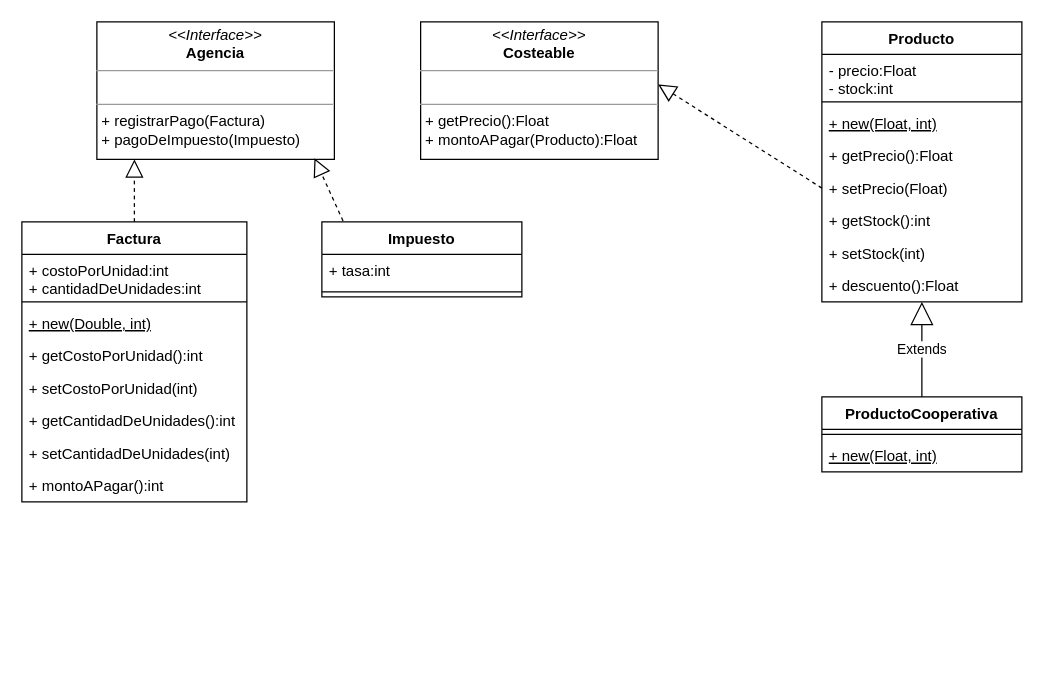
This is unq-po2-tp5-mercadoCentral.drawio from nhubczyk/Diagramas-UML, a draw.io file, before an edit. Source tidied: cells renumbered, new cells numbered last; positions are measured from the earlier drawing's top-left corner, leaving out a move shared by most shapes. Both pictures are drawn from the tidied source at 125%, with x=0, y=0 at pixel (21, 21).
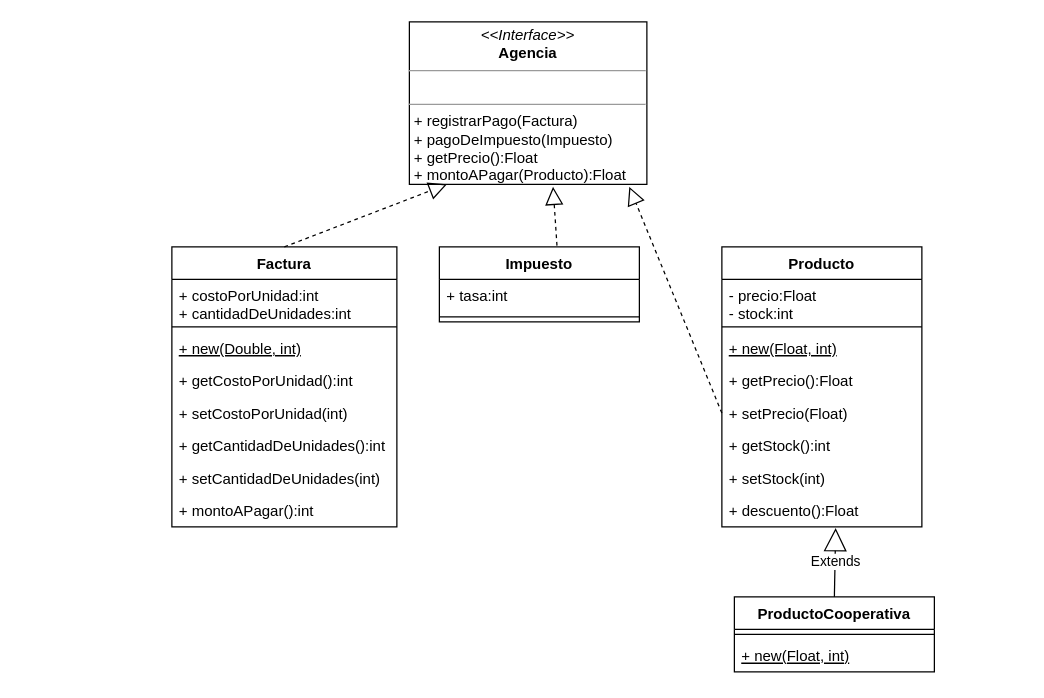
After the change.

Unchanged cells that the change refers to:
```xml
<mxCell id="8" value="+ setPrecio(Float)" style="text;strokeColor=none;fillColor=none;align=left;verticalAlign=top;spacingLeft=4;spacingRight=4;overflow=hidden;points=[[0,0.5],[1,0.5]];portConstraint=eastwest;fontStyle=0;" parent="3" vertex="1">
  <mxGeometry y="120" width="160" height="26" as="geometry" />
</mxCell>
<mxCell id="11" value="+ descuento():Float" style="text;strokeColor=none;fillColor=none;align=left;verticalAlign=top;spacingLeft=4;spacingRight=4;overflow=hidden;points=[[0,0.5],[1,0.5]];portConstraint=eastwest;fontStyle=0;" parent="3" vertex="1">
  <mxGeometry y="198" width="160" height="26" as="geometry" />
</mxCell>
```

Diff of the diagram source:
```diff
@@
-    <mxCell id="2" value="&lt;p style=&quot;margin:0px;margin-top:4px;text-align:center;&quot;&gt;&lt;i&gt;&amp;lt;&amp;lt;Interface&amp;gt;&amp;gt;&lt;/i&gt;&lt;br&gt;&lt;b&gt;Costeable&lt;/b&gt;&lt;/p&gt;&lt;hr size=&quot;1&quot;&gt;&lt;p style=&quot;margin:0px;margin-left:4px;&quot;&gt;&lt;br&gt;&lt;/p&gt;&lt;hr size=&quot;1&quot;&gt;&lt;p style=&quot;margin:0px;margin-left:4px;&quot;&gt;+ getPrecio():Float&lt;/p&gt;&lt;p style=&quot;margin:0px;margin-left:4px;&quot;&gt;+ montoAPagar(Producto):Float&lt;/p&gt;&lt;p style=&quot;margin:0px;margin-left:4px;&quot;&gt;&lt;br&gt;&lt;/p&gt;&lt;p style=&quot;margin:0px;margin-left:4px;&quot;&gt;&lt;br&gt;&lt;/p&gt;&lt;p style=&quot;margin:0px;margin-left:4px;&quot;&gt;&lt;br&gt;&lt;/p&gt;" style="verticalAlign=top;align=left;overflow=fill;fontSize=12;fontFamily=Helvetica;html=1;" parent="1" vertex="1">
-      <mxGeometry x="319" width="190" height="110" as="geometry" />
-    </mxCell>
     <mxCell id="3" value="Producto" style="swimlane;fontStyle=1;align=center;verticalAlign=top;horizontal=1;startSize=26;" parent="1" vertex="1">
-      <mxGeometry x="640" width="160" height="224" as="geometry" />
+      <mxGeometry x="560" y="180" width="160" height="224" as="geometry" />
     </mxCell>
@@
     <mxCell id="12" value="ProductoCooperativa" style="swimlane;fontStyle=1;align=center;verticalAlign=top;horizontal=1;startSize=26;" parent="1" vertex="1">
-      <mxGeometry x="640" y="300" width="160" height="60" as="geometry" />
+      <mxGeometry x="570" y="460" width="160" height="60" as="geometry" />
     </mxCell>
@@
-    <mxCell id="15" value="Extends" style="endArrow=block;endSize=16;endFill=0;html=1;rounded=0;exitX=0.5;exitY=0;exitDx=0;exitDy=0;exitPerimeter=0;" parent="1" edge="1" source="12">
-      <mxGeometry relative="1" as="geometry">
-        <mxPoint x="720" y="224" as="targetPoint" />
-      </mxGeometry>
+    <mxCell id="15" value="Extends" style="endArrow=block;endSize=16;endFill=0;html=1;rounded=0;exitX=0.5;exitY=0;exitDx=0;exitDy=0;exitPerimeter=0;entryX=0.569;entryY=1.038;entryDx=0;entryDy=0;entryPerimeter=0;" parent="1" edge="1" source="12" target="11">
+      <mxGeometry relative="1" as="geometry" />
     </mxCell>
-    <mxCell id="16" style="endArrow=block;dashed=1;endFill=0;endSize=12;html=1;rounded=0;exitX=0;exitY=0.5;exitDx=0;exitDy=0;" parent="1" edge="1" source="8">
-      <mxGeometry relative="1" as="geometry">
-        <mxPoint x="509" y="50" as="targetPoint" />
-      </mxGeometry>
+    <mxCell id="16" style="endArrow=block;dashed=1;endFill=0;endSize=12;html=1;rounded=0;exitX=0;exitY=0.5;exitDx=0;exitDy=0;entryX=0.926;entryY=1.015;entryDx=0;entryDy=0;entryPerimeter=0;" parent="1" edge="1" source="8" target="17">
+      <mxGeometry relative="1" as="geometry" />
     </mxCell>
-    <mxCell id="17" value="&lt;p style=&quot;margin:0px;margin-top:4px;text-align:center;&quot;&gt;&lt;i&gt;&amp;lt;&amp;lt;Interface&amp;gt;&amp;gt;&lt;/i&gt;&lt;br&gt;&lt;b&gt;Agencia&lt;/b&gt;&lt;/p&gt;&lt;hr size=&quot;1&quot;&gt;&lt;p style=&quot;margin:0px;margin-left:4px;&quot;&gt;&lt;br&gt;&lt;/p&gt;&lt;hr size=&quot;1&quot;&gt;&lt;p style=&quot;margin:0px;margin-left:4px;&quot;&gt;+ registrarPago(Factura)&lt;/p&gt;&lt;p style=&quot;margin:0px;margin-left:4px;&quot;&gt;+ pagoDeImpuesto(Impuesto)&lt;br&gt;&lt;br&gt;&lt;/p&gt;" style="verticalAlign=top;align=left;overflow=fill;fontSize=12;fontFamily=Helvetica;html=1;" parent="1" vertex="1">
-      <mxGeometry x="60" width="190" height="110" as="geometry" />
+    <mxCell id="17" value="&lt;p style=&quot;margin:0px;margin-top:4px;text-align:center;&quot;&gt;&lt;i&gt;&amp;lt;&amp;lt;Interface&amp;gt;&amp;gt;&lt;/i&gt;&lt;br&gt;&lt;b&gt;Agencia&lt;/b&gt;&lt;/p&gt;&lt;hr size=&quot;1&quot;&gt;&lt;p style=&quot;margin:0px;margin-left:4px;&quot;&gt;&lt;br&gt;&lt;/p&gt;&lt;hr size=&quot;1&quot;&gt;&lt;p style=&quot;margin:0px;margin-left:4px;&quot;&gt;+ registrarPago(Factura)&lt;/p&gt;&lt;p style=&quot;margin:0px;margin-left:4px;&quot;&gt;+ pagoDeImpuesto(Impuesto)&lt;/p&gt;&lt;p style=&quot;margin:0px;margin-left:4px;&quot;&gt;+ getPrecio():Float&lt;/p&gt;&lt;p style=&quot;margin:0px;margin-left:4px;&quot;&gt;+ montoAPagar(Producto):Float&lt;br&gt;&lt;br&gt;&lt;/p&gt;" style="verticalAlign=top;align=left;overflow=fill;fontSize=12;fontFamily=Helvetica;html=1;" parent="1" vertex="1">
+      <mxGeometry x="310" width="190" height="130" as="geometry" />
     </mxCell>
     <mxCell id="18" value="Factura" style="swimlane;fontStyle=1;align=center;verticalAlign=top;horizontal=1;startSize=26;" parent="1" vertex="1">
-      <mxGeometry y="160" width="180" height="224" as="geometry" />
+      <mxGeometry x="120" y="180" width="180" height="224" as="geometry" />
     </mxCell>
@@
     <mxCell id="27" value="Impuesto" style="swimlane;fontStyle=1;align=center;verticalAlign=top;horizontal=1;startSize=26;" parent="1" vertex="1">
-      <mxGeometry x="240" y="160" width="160" height="60" as="geometry" />
+      <mxGeometry x="334" y="180" width="160" height="60" as="geometry" />
     </mxCell>
@@
-    <mxCell id="31" style="endArrow=block;dashed=1;endFill=0;endSize=12;html=1;rounded=0;entryX=0.916;entryY=0.991;entryDx=0;entryDy=0;entryPerimeter=0;exitX=0.106;exitY=-0.012;exitDx=0;exitDy=0;exitPerimeter=0;" parent="1" edge="1" source="27" target="17">
+    <mxCell id="31" style="endArrow=block;dashed=1;endFill=0;endSize=12;html=1;rounded=0;entryX=0.605;entryY=1.015;entryDx=0;entryDy=0;entryPerimeter=0;exitX=0.588;exitY=-0.017;exitDx=0;exitDy=0;exitPerimeter=0;" parent="1" edge="1" source="27" target="17">
       <mxGeometry relative="1" as="geometry" />
     </mxCell>
```
